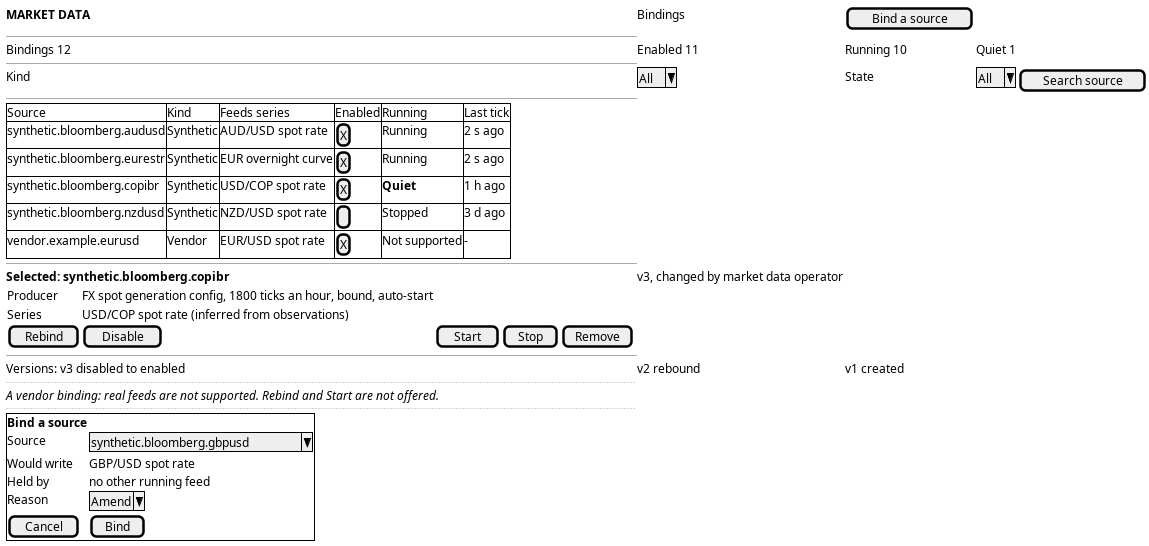
Above: doc/knowledge/journeys/market_data/wireframe_manage-market-data-bindings.png in OreStudio/OreStudio (PlantUML), before the change. Its source is kept beside it as doc/knowledge/journeys/market_data/wireframe_manage-market-data-bindings.puml.
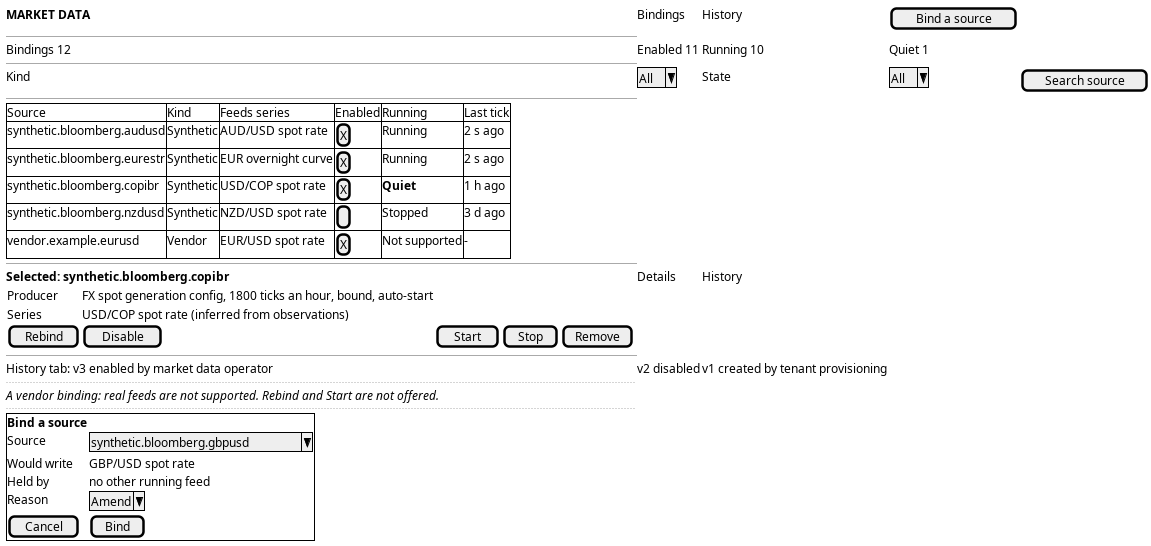
Above is the later version.

Commit message:
[agile] Give the bindings prototype and journey a standard history

What changed in the source:
```diff
@@ -2,7 +2,7 @@
 
 salt
 {
-  <b>MARKET DATA</b> | Bindings | [ Bind a source ]
+  <b>MARKET DATA</b> | Bindings | History | [ Bind a source ]
   --
   Bindings 12 | Enabled 11 | Running 10 | Quiet 1
   --
@@ -17,14 +17,14 @@
     vendor.example.eurusd | Vendor | EUR/USD spot rate | [X] | Not supported | -
   }
   --
-  <b>Selected: synthetic.bloomberg.copibr</b> | v3, changed by market data operator
+  <b>Selected: synthetic.bloomberg.copibr</b> | Details | History
   {
     Producer | FX spot generation config, 1800 ticks an hour, bound, auto-start
     Series | USD/COP spot rate (inferred from observations)
     | [ Rebind ] | [ Disable ] | [ Start ] | [ Stop ] | [ Remove ]
   }
   --
-  Versions: v3 disabled to enabled | v2 rebound | v1 created
+  History tab: v3 enabled by market data operator | v2 disabled | v1 created by tenant provisioning
   ..
   <i>A vendor binding: real feeds are not supported. Rebind and Start are not offered.</i>
   ..
```
